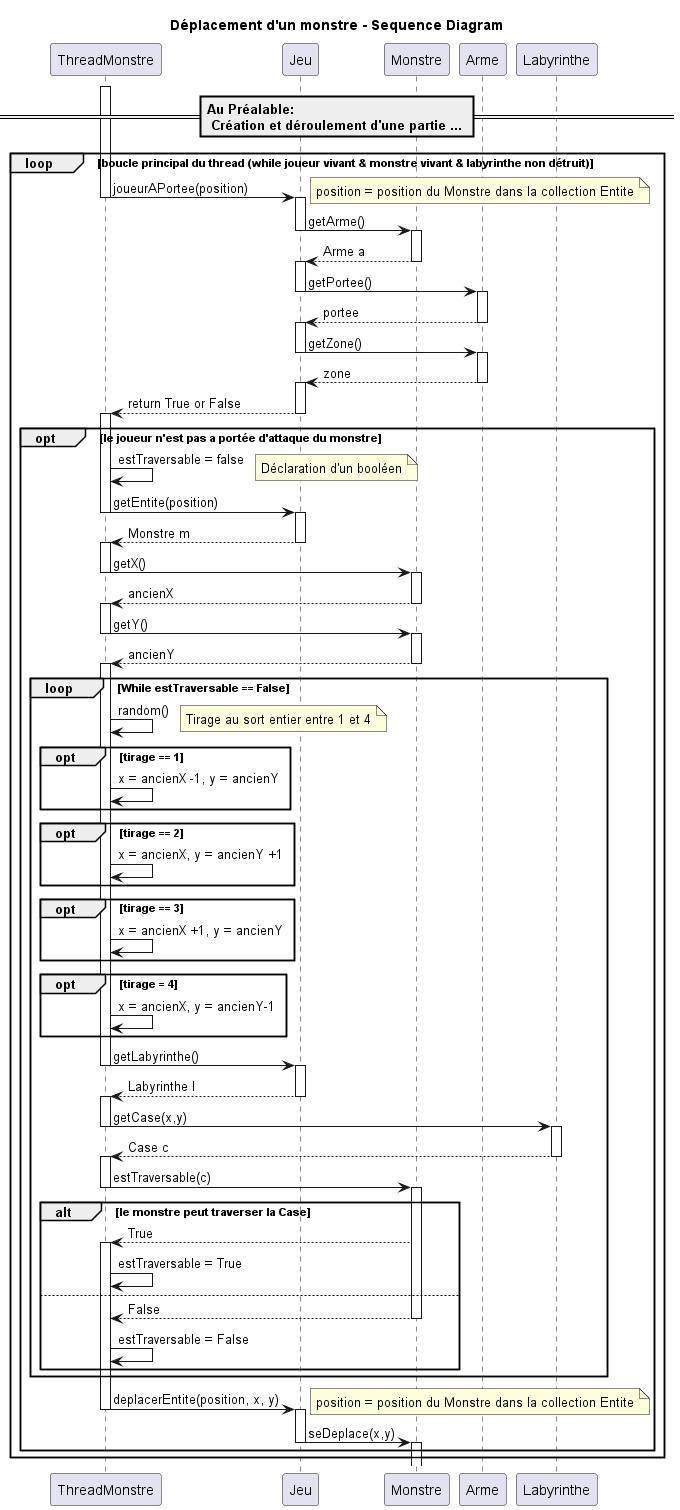
Before: documents/sprint_1/diagramme_sequence/diagramme_deplacement_Monstre.png, a diagram exported from PlantUML (rzepka2u/ACL_daedalus).
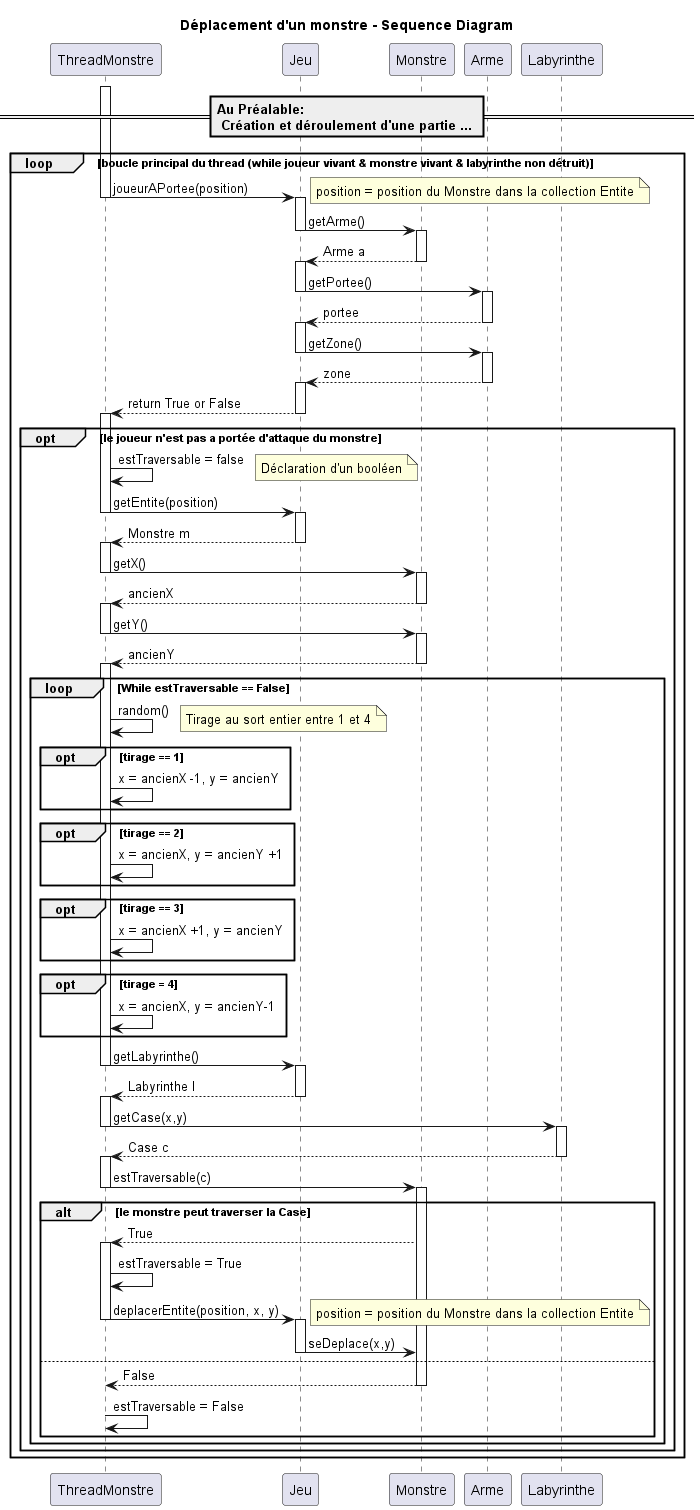
Above is the later version.

Commit message:
Mise à jour diagramme de classe

Change to the diagram source:
```diff
@@ -86,20 +86,18 @@
                 ThreadMonstre <-- Monstre: True
                 activate ThreadMonstre
                 ThreadMonstre -> ThreadMonstre: estTraversable = True
+                ThreadMonstre -> Jeu: deplacerEntite(position, x, y)
+                note right: position = position du Monstre dans la collection Entite
+                deactivate ThreadMonstre
+                activate Jeu
+                Jeu -> Monstre: seDeplace(x,y)
+                deactivate Jeu
             else
                 ThreadMonstre <-- Monstre: False
                 deactivate Monstre
                 ThreadMonstre -> ThreadMonstre: estTraversable = False
             end
         end
-        ThreadMonstre -> Jeu: deplacerEntite(position, x, y)
-        note right: position = position du Monstre dans la collection Entite
-        deactivate ThreadMonstre
-        activate Jeu
-        Jeu -> Monstre: seDeplace(x,y)
-        deactivate Jeu
-        activate Monstre
-        deactivate Monstre
     end
 end
 @enduml
```
